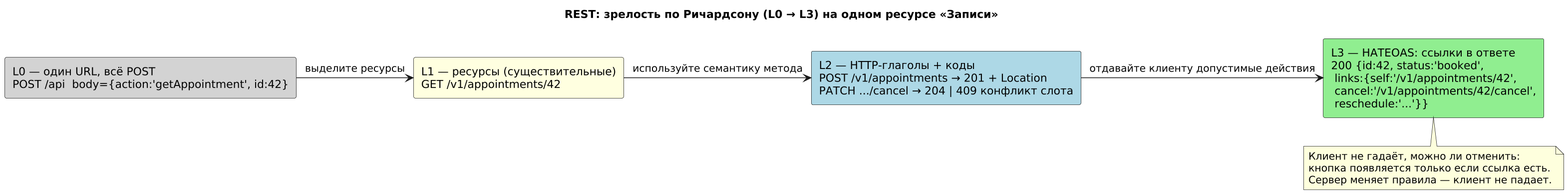
maedodo11/fullstack-system-analyst keeps this PlantUML diagram as images_m3/m3_01_rest_maturity.png. Above is the earlier version. Its source is kept beside it as puml_m3/m3_01_rest_maturity.puml.
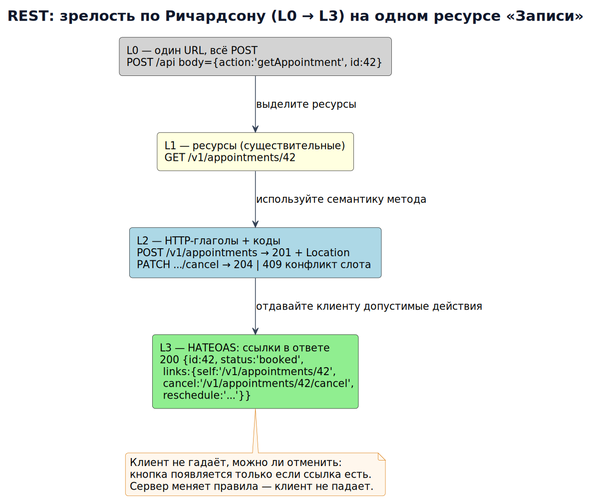
The same file after the commit.

What changed in the source:
```diff
@@ -1,13 +1,22 @@
 @startuml m3_01_rest_maturity
+skinparam defaultFontName "DejaVu Sans"
+skinparam defaultFontSize 14
+skinparam backgroundColor #FFFFFF
+skinparam shadowing false
+skinparam roundcorner 8
+skinparam ArrowColor #334155
+skinparam titleFontColor #0F172A
+skinparam titleFontSize 20
+skinparam noteBackgroundColor #FFF7ED
+skinparam noteBorderColor #D97706
+skinparam dpi 140
 title REST: зрелость по Ричардсону (L0 → L3) на одном ресурсе «Записи»
-!pragma layout smetana
-skinparam defaultFontName "DejaVu Sans"
 rectangle "L0 — один URL, всё POST\nPOST /api  body={action:'getAppointment', id:42}" as L0 #LightGray
 rectangle "L1 — ресурсы (существительные)\nGET /v1/appointments/42" as L1 #LightYellow
 rectangle "L2 — HTTP-глаголы + коды\nPOST /v1/appointments → 201 + Location\nPATCH .../cancel → 204 | 409 конфликт слота" as L2 #LightBlue
 rectangle "L3 — HATEOAS: ссылки в ответе\n200 {id:42, status:'booked',\n links:{self:'/v1/appointments/42',\n cancel:'/v1/appointments/42/cancel',\n reschedule:'...'}}" as L3 #LightGreen
-L0 -right-> L1 : выделите ресурсы
-L1 -right-> L2 : используйте семантику метода
-L2 -right-> L3 : отдавайте клиенту допустимые действия
+L0 -down-> L1 : выделите ресурсы
+L1 -down-> L2 : используйте семантику метода
+L2 -down-> L3 : отдавайте клиенту допустимые действия
 note bottom of L3 : Клиент не гадаёт, можно ли отменить:\nкнопка появляется только если ссылка есть.\nСервер меняет правила — клиент не падает.
 @enduml
```
